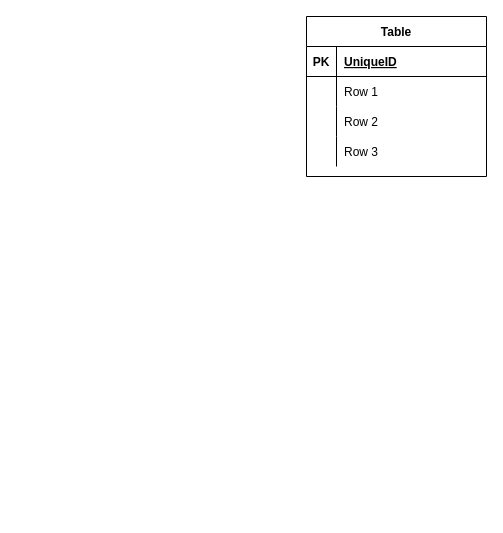
Earlier version of the draw.io diagram diagrams/Untitled Diagram.drawio (demicuz/diagrams). Source tidied: cells renumbered, new cells numbered last; positions are measured from the earlier drawing's top-left corner, leaving out a move shared by most shapes. Both pictures are drawn from the tidied source at 100%, with x=0, y=0 at pixel (306, 16).
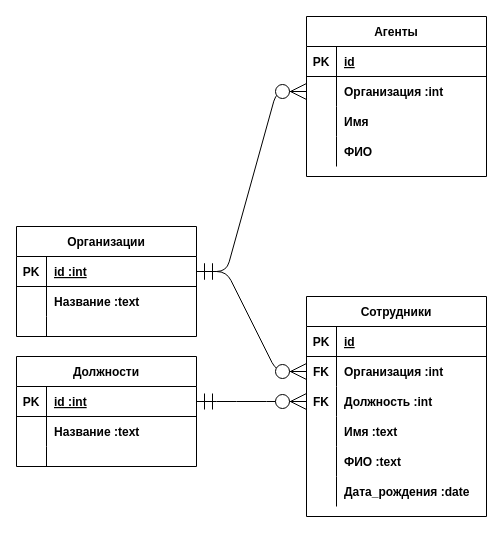
After the change.

Unchanged cells that the change refers to:
```xml
<mxCell id="3" style="shape=partialRectangle;fillColor=none;top=0;left=0;bottom=1;right=0;" parent="2" vertex="1">
  <mxGeometry y="30" width="180" height="30" as="geometry" />
</mxCell>
<mxCell id="6" style="shape=partialRectangle;fillColor=none;top=0;left=0;bottom=0;right=0;points=[[0,0.5],[1,0.5]];portConstraint=eastwest;" parent="2" vertex="1">
  <mxGeometry y="60" width="180" height="30" as="geometry" />
</mxCell>
<mxCell id="9" style="shape=partialRectangle;fillColor=none;top=0;left=0;bottom=0;right=0;" parent="2" vertex="1">
  <mxGeometry y="90" width="180" height="30" as="geometry" />
</mxCell>
<mxCell id="12" style="shape=partialRectangle;fillColor=none;top=0;left=0;bottom=0;right=0;" parent="2" vertex="1">
  <mxGeometry y="120" width="180" height="30" as="geometry" />
</mxCell>
```

The edit, as a diff of the source:
```diff
@@
-    <mxCell id="2" value="Table" style="shape=table;startSize=30;childLayout=tableLayout;rowLines=0;fontStyle=1;align=center;hachureGap=4;" parent="1" vertex="1">
+    <mxCell id="2" value="Агенты" style="shape=table;startSize=30;childLayout=tableLayout;rowLines=0;fontStyle=1;align=center;hachureGap=4;" parent="1" vertex="1">
       <mxGeometry width="180" height="160" as="geometry" />
     </mxCell>
@@
-    <mxCell id="5" value="UniqueID" style="shape=partialRectangle;fillColor=none;top=0;left=0;bottom=0;right=0;align=left;spacingLeft=6;fontStyle=5;overflow=hidden;" parent="3" vertex="1">
+    <mxCell id="5" value="id" style="shape=partialRectangle;fillColor=none;top=0;left=0;bottom=0;right=0;align=left;spacingLeft=6;fontStyle=5;overflow=hidden;" parent="3" vertex="1">
       <mxGeometry x="30" width="150" height="30" as="geometry" />
     </mxCell>
@@
-    <mxCell id="8" value="Row 1" style="shape=partialRectangle;fillColor=none;top=0;left=0;bottom=0;right=0;align=left;spacingLeft=6;overflow=hidden;" parent="6" vertex="1">
+    <mxCell id="8" value="Организация :int" style="shape=partialRectangle;fillColor=none;top=0;left=0;bottom=0;right=0;align=left;spacingLeft=6;overflow=hidden;fontStyle=1;" parent="6" vertex="1">
       <mxGeometry x="30" width="150" height="30" as="geometry" />
     </mxCell>
@@
-    <mxCell id="11" value="Row 2" style="shape=partialRectangle;fillColor=none;top=0;left=0;bottom=0;right=0;align=left;spacingLeft=6;overflow=hidden;" parent="9" vertex="1">
+    <mxCell id="11" value="Имя" style="shape=partialRectangle;fillColor=none;top=0;left=0;bottom=0;right=0;align=left;spacingLeft=6;overflow=hidden;fontStyle=1;" parent="9" vertex="1">
       <mxGeometry x="30" width="150" height="30" as="geometry" />
     </mxCell>
@@
-    <mxCell id="14" value="Row 3" style="shape=partialRectangle;fillColor=none;top=0;left=0;bottom=0;right=0;align=left;spacingLeft=6;overflow=hidden;" parent="12" vertex="1">
+    <mxCell id="14" value="ФИО" style="shape=partialRectangle;fillColor=none;top=0;left=0;bottom=0;right=0;align=left;spacingLeft=6;overflow=hidden;fontStyle=1;" parent="12" vertex="1">
       <mxGeometry x="30" width="150" height="30" as="geometry" />
     </mxCell>
+    <mxCell id="15" value="Сотрудники" style="shape=table;startSize=30;childLayout=tableLayout;rowLines=0;fontStyle=1;align=center;hachureGap=4;" parent="1" vertex="1">
+      <mxGeometry y="280" width="180" height="220" as="geometry" />
+    </mxCell>
+    <mxCell id="16" style="shape=partialRectangle;fillColor=none;top=0;left=0;bottom=1;right=0;" parent="15" vertex="1">
+      <mxGeometry y="30" width="180" height="30" as="geometry" />
+    </mxCell>
+    <mxCell id="17" value="PK" style="shape=partialRectangle;fillColor=none;top=0;left=0;bottom=0;right=0;fontStyle=1;overflow=hidden;" parent="16" vertex="1">
+      <mxGeometry width="30" height="30" as="geometry" />
+    </mxCell>
+    <mxCell id="18" value="id" style="shape=partialRectangle;fillColor=none;top=0;left=0;bottom=0;right=0;align=left;spacingLeft=6;fontStyle=5;overflow=hidden;" parent="16" vertex="1">
+      <mxGeometry x="30" width="150" height="30" as="geometry" />
+    </mxCell>
+    <mxCell id="19" style="shape=partialRectangle;fillColor=none;top=0;left=0;bottom=0;right=0;points=[[0,0.5],[1,0.5]];portConstraint=eastwest;" parent="15" vertex="1">
+      <mxGeometry y="60" width="180" height="30" as="geometry" />
+    </mxCell>
+    <mxCell id="20" value="FK" style="shape=partialRectangle;fillColor=none;top=0;left=0;bottom=0;right=0;overflow=hidden;fontStyle=1;" parent="19" vertex="1">
+      <mxGeometry width="30" height="30" as="geometry" />
+    </mxCell>
+    <mxCell id="21" value="Организация :int" style="shape=partialRectangle;fillColor=none;top=0;left=0;bottom=0;right=0;align=left;spacingLeft=6;overflow=hidden;fontStyle=1;" parent="19" vertex="1">
+      <mxGeometry x="30" width="150" height="30" as="geometry" />
+    </mxCell>
+    <mxCell id="22" style="shape=partialRectangle;fillColor=none;top=0;left=0;bottom=0;right=0;points=[[0,0.5],[1,0.5]];portConstraint=eastwest;" parent="15" vertex="1">
+      <mxGeometry y="90" width="180" height="30" as="geometry" />
+    </mxCell>
+    <mxCell id="23" value="FK" style="shape=partialRectangle;fillColor=none;top=0;left=0;bottom=0;right=0;overflow=hidden;fontStyle=1;" parent="22" vertex="1">
+      <mxGeometry width="30" height="30" as="geometry" />
+    </mxCell>
+    <mxCell id="24" value="Должность :int" style="shape=partialRectangle;fillColor=none;top=0;left=0;bottom=0;right=0;align=left;spacingLeft=6;overflow=hidden;fontStyle=1;" parent="22" vertex="1">
+      <mxGeometry x="30" width="150" height="30" as="geometry" />
+    </mxCell>
+    <mxCell id="25" style="shape=partialRectangle;fillColor=none;top=0;left=0;bottom=0;right=0;" parent="15" vertex="1">
+      <mxGeometry y="120" width="180" height="30" as="geometry" />
+    </mxCell>
+    <mxCell id="26" style="shape=partialRectangle;fillColor=none;top=0;left=0;bottom=0;right=0;overflow=hidden;" parent="25" vertex="1">
+      <mxGeometry width="30" height="30" as="geometry" />
+    </mxCell>
+    <mxCell id="27" value="Имя :text" style="shape=partialRectangle;fillColor=none;top=0;left=0;bottom=0;right=0;align=left;spacingLeft=6;overflow=hidden;fontStyle=1;" parent="25" vertex="1">
+      <mxGeometry x="30" width="150" height="30" as="geometry" />
+    </mxCell>
+    <mxCell id="28" style="shape=partialRectangle;fillColor=none;top=0;left=0;bottom=0;right=0;" parent="15" vertex="1">
+      <mxGeometry y="150" width="180" height="30" as="geometry" />
+    </mxCell>
+    <mxCell id="29" style="shape=partialRectangle;fillColor=none;top=0;left=0;bottom=0;right=0;overflow=hidden;" parent="28" vertex="1">
+      <mxGeometry width="30" height="30" as="geometry" />
+    </mxCell>
+    <mxCell id="30" value="ФИО :text" style="shape=partialRectangle;fillColor=none;top=0;left=0;bottom=0;right=0;align=left;spacingLeft=6;overflow=hidden;fontStyle=1;" parent="28" vertex="1">
+      <mxGeometry x="30" width="150" height="30" as="geometry" />
+    </mxCell>
+    <mxCell id="31" style="shape=partialRectangle;fillColor=none;top=0;left=0;bottom=0;right=0;" parent="15" vertex="1">
+      <mxGeometry y="180" width="180" height="30" as="geometry" />
+    </mxCell>
+    <mxCell id="32" style="shape=partialRectangle;fillColor=none;top=0;left=0;bottom=0;right=0;overflow=hidden;" parent="31" vertex="1">
+      <mxGeometry width="30" height="30" as="geometry" />
+    </mxCell>
+    <mxCell id="33" value="Дата_рождения :date" style="shape=partialRectangle;fillColor=none;top=0;left=0;bottom=0;right=0;align=left;spacingLeft=6;overflow=hidden;fontStyle=1;" parent="31" vertex="1">
+      <mxGeometry x="30" width="150" height="30" as="geometry" />
+    </mxCell>
+    <mxCell id="34" value="Должности" style="shape=table;startSize=30;childLayout=tableLayout;rowLines=0;fontStyle=1;align=center;hachureGap=4;" parent="1" vertex="1">
+      <mxGeometry x="-290" y="340" width="180" height="110" as="geometry" />
+    </mxCell>
+    <mxCell id="35" style="shape=partialRectangle;fillColor=none;top=0;left=0;bottom=1;right=0;points=[[0,0.5],[1,0.5]];portConstraint=eastwest;" parent="34" vertex="1">
+      <mxGeometry y="30" width="180" height="30" as="geometry" />
+    </mxCell>
+    <mxCell id="36" value="PK" style="shape=partialRectangle;fillColor=none;top=0;left=0;bottom=0;right=0;fontStyle=1;overflow=hidden;" parent="35" vertex="1">
+      <mxGeometry width="30" height="30" as="geometry" />
+    </mxCell>
+    <mxCell id="37" value="id :int" style="shape=partialRectangle;fillColor=none;top=0;left=0;bottom=0;right=0;align=left;spacingLeft=6;fontStyle=5;overflow=hidden;" parent="35" vertex="1">
+      <mxGeometry x="30" width="150" height="30" as="geometry" />
+    </mxCell>
+    <mxCell id="38" style="shape=partialRectangle;fillColor=none;top=0;left=0;bottom=0;right=0;" parent="34" vertex="1">
+      <mxGeometry y="60" width="180" height="30" as="geometry" />
+    </mxCell>
+    <mxCell id="39" style="shape=partialRectangle;fillColor=none;top=0;left=0;bottom=0;right=0;overflow=hidden;" parent="38" vertex="1">
+      <mxGeometry width="30" height="30" as="geometry" />
+    </mxCell>
+    <mxCell id="40" value="Название :text" style="shape=partialRectangle;fillColor=none;top=0;left=0;bottom=0;right=0;align=left;spacingLeft=6;overflow=hidden;fontStyle=1;" parent="38" vertex="1">
+      <mxGeometry x="30" width="150" height="30" as="geometry" />
+    </mxCell>
+    <mxCell id="41" style="shape=partialRectangle;fillColor=none;top=0;left=0;bottom=0;right=0;" parent="34" vertex="1">
+      <mxGeometry y="90" width="180" height="20" as="geometry" />
+    </mxCell>
+    <mxCell id="42" style="shape=partialRectangle;fillColor=none;top=0;left=0;bottom=0;right=0;overflow=hidden;" parent="41" vertex="1">
+      <mxGeometry width="30" height="20" as="geometry" />
+    </mxCell>
+    <mxCell id="43" style="shape=partialRectangle;fillColor=none;top=0;left=0;bottom=0;right=0;align=left;spacingLeft=6;overflow=hidden;" parent="41" vertex="1">
+      <mxGeometry x="30" width="150" height="20" as="geometry" />
+    </mxCell>
+    <mxCell id="44" style="edgeStyle=entityRelationEdgeStyle;fontSize=12;html=1;endArrow=ERzeroToMany;startArrow=ERmandOne;startSize=14;endSize=14;sourcePerimeterSpacing=0;targetPerimeterSpacing=0;strokeColor=default;" parent="1" edge="1" source="35" target="22">
+      <mxGeometry relative="1" as="geometry" />
+    </mxCell>
+    <mxCell id="45" value="Организации" style="shape=table;startSize=30;childLayout=tableLayout;rowLines=0;fontStyle=1;align=center;hachureGap=4;" parent="1" vertex="1">
+      <mxGeometry x="-290" y="210" width="180" height="110" as="geometry" />
+    </mxCell>
+    <mxCell id="46" style="shape=partialRectangle;fillColor=none;top=0;left=0;bottom=1;right=0;points=[[0,0.5],[1,0.5]];portConstraint=eastwest;" parent="45" vertex="1">
+      <mxGeometry y="30" width="180" height="30" as="geometry" />
+    </mxCell>
+    <mxCell id="47" value="PK" style="shape=partialRectangle;fillColor=none;top=0;left=0;bottom=0;right=0;fontStyle=1;overflow=hidden;" parent="46" vertex="1">
+      <mxGeometry width="30" height="30" as="geometry" />
+    </mxCell>
+    <mxCell id="48" value="id :int" style="shape=partialRectangle;fillColor=none;top=0;left=0;bottom=0;right=0;align=left;spacingLeft=6;fontStyle=5;overflow=hidden;" parent="46" vertex="1">
+      <mxGeometry x="30" width="150" height="30" as="geometry" />
+    </mxCell>
+    <mxCell id="49" style="shape=partialRectangle;fillColor=none;top=0;left=0;bottom=0;right=0;" parent="45" vertex="1">
+      <mxGeometry y="60" width="180" height="30" as="geometry" />
+    </mxCell>
+    <mxCell id="50" style="shape=partialRectangle;fillColor=none;top=0;left=0;bottom=0;right=0;overflow=hidden;" parent="49" vertex="1">
+      <mxGeometry width="30" height="30" as="geometry" />
+    </mxCell>
+    <mxCell id="51" value="Название :text" style="shape=partialRectangle;fillColor=none;top=0;left=0;bottom=0;right=0;align=left;spacingLeft=6;overflow=hidden;fontStyle=1;" parent="49" vertex="1">
+      <mxGeometry x="30" width="150" height="30" as="geometry" />
+    </mxCell>
+    <mxCell id="52" style="shape=partialRectangle;fillColor=none;top=0;left=0;bottom=0;right=0;" parent="45" vertex="1">
+      <mxGeometry y="90" width="180" height="20" as="geometry" />
+    </mxCell>
+    <mxCell id="53" style="shape=partialRectangle;fillColor=none;top=0;left=0;bottom=0;right=0;overflow=hidden;" parent="52" vertex="1">
+      <mxGeometry width="30" height="20" as="geometry" />
+    </mxCell>
+    <mxCell id="54" style="shape=partialRectangle;fillColor=none;top=0;left=0;bottom=0;right=0;align=left;spacingLeft=6;overflow=hidden;" parent="52" vertex="1">
+      <mxGeometry x="30" width="150" height="20" as="geometry" />
+    </mxCell>
+    <mxCell id="55" style="edgeStyle=entityRelationEdgeStyle;fontSize=12;html=1;endArrow=ERzeroToMany;startArrow=ERmandOne;startSize=14;endSize=14;sourcePerimeterSpacing=0;targetPerimeterSpacing=0;strokeColor=default;" parent="1" edge="1" source="46" target="19">
+      <mxGeometry relative="1" as="geometry" />
+    </mxCell>
+    <mxCell id="56" style="edgeStyle=entityRelationEdgeStyle;fontSize=12;html=1;endArrow=ERzeroToMany;startArrow=ERmandOne;startSize=14;endSize=14;sourcePerimeterSpacing=0;targetPerimeterSpacing=0;strokeColor=default;" parent="1" edge="1" source="46" target="6">
+      <mxGeometry relative="1" as="geometry" />
+    </mxCell>
```
